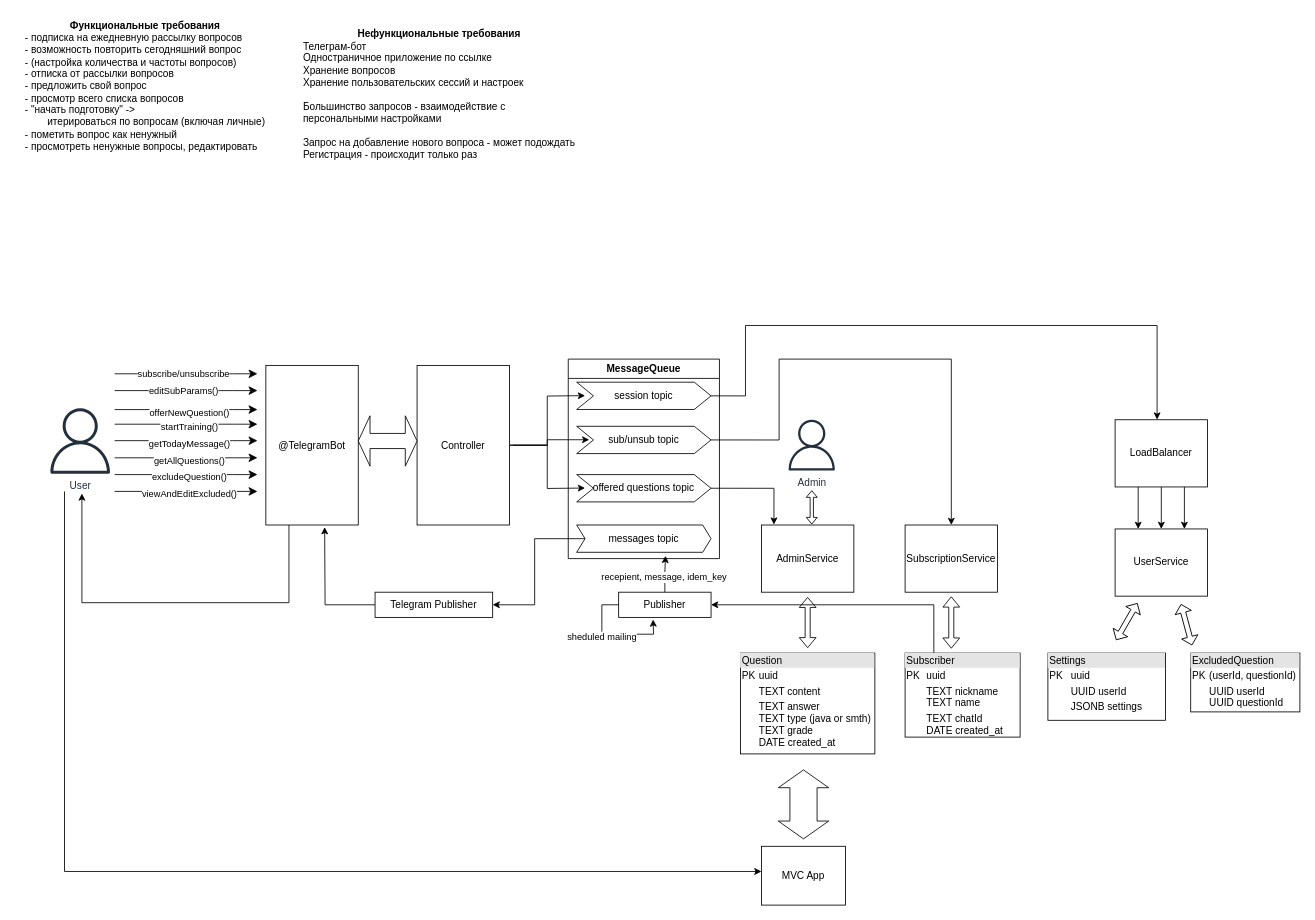
Before: SobesCracker.drawio in maksarts/test-project-files, a draw.io diagram. Source tidied: cells renumbered, new cells numbered last; positions are measured from the earlier drawing's top-left corner, leaving out a move shared by most shapes. Both pictures are drawn from the tidied source at 84%, with x=0, y=0 at pixel (14, 14).
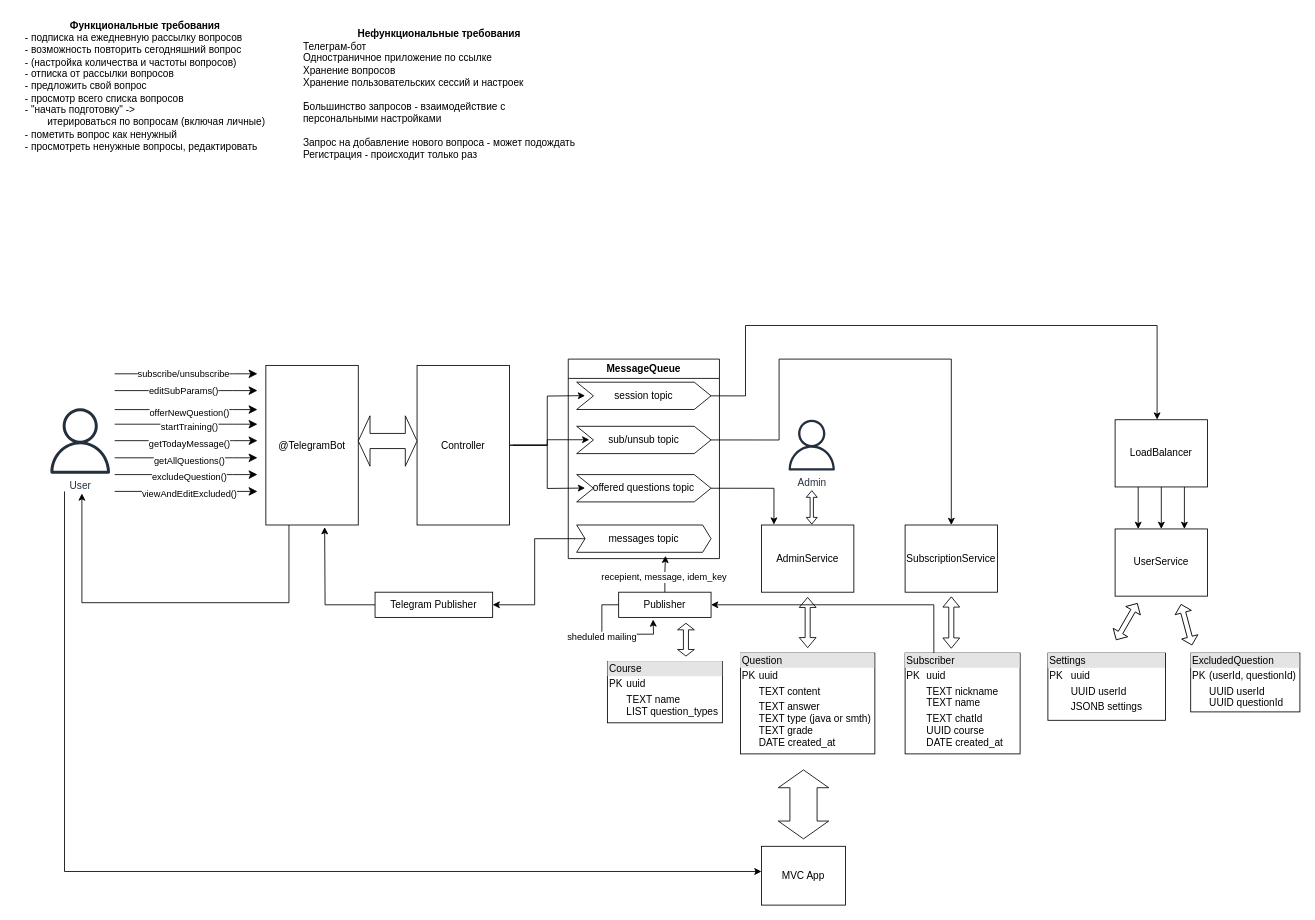
Above is the later version.

Change to the diagram source:
```diff
@@
-    <mxCell id="47" value="&lt;div style=&quot;box-sizing:border-box;width:100%;background:#e4e4e4;padding:2px;&quot;&gt;Subscriber&lt;/div&gt;&lt;table style=&quot;width:100%;font-size:1em;&quot; cellpadding=&quot;2&quot; cellspacing=&quot;0&quot;&gt;&lt;tbody&gt;&lt;tr&gt;&lt;td&gt;PK&lt;/td&gt;&lt;td&gt;uuid&lt;/td&gt;&lt;/tr&gt;&lt;tr&gt;&lt;td&gt;&lt;br&gt;&lt;/td&gt;&lt;td&gt;TEXT&amp;nbsp;nickname&lt;br&gt;TEXT&amp;nbsp;name&lt;/td&gt;&lt;/tr&gt;&lt;tr&gt;&lt;td&gt;&lt;/td&gt;&lt;td&gt;TEXT&amp;nbsp;chatId&lt;br&gt;DATE created_at&lt;/td&gt;&lt;/tr&gt;&lt;/tbody&gt;&lt;/table&gt;" style="verticalAlign=top;align=left;overflow=fill;html=1;whiteSpace=wrap;" parent="1" vertex="1">
-      <mxGeometry x="1060" y="760" width="136.9" height="100" as="geometry" />
+    <mxCell id="47" value="&lt;div style=&quot;box-sizing:border-box;width:100%;background:#e4e4e4;padding:2px;&quot;&gt;Subscriber&lt;/div&gt;&lt;table style=&quot;width:100%;font-size:1em;&quot; cellpadding=&quot;2&quot; cellspacing=&quot;0&quot;&gt;&lt;tbody&gt;&lt;tr&gt;&lt;td&gt;PK&lt;/td&gt;&lt;td&gt;uuid&lt;/td&gt;&lt;/tr&gt;&lt;tr&gt;&lt;td&gt;&lt;br&gt;&lt;/td&gt;&lt;td&gt;TEXT&amp;nbsp;nickname&lt;br&gt;TEXT&amp;nbsp;name&lt;/td&gt;&lt;/tr&gt;&lt;tr&gt;&lt;td&gt;&lt;/td&gt;&lt;td&gt;TEXT&amp;nbsp;chatId&lt;br&gt;UUID course&lt;br&gt;DATE created_at&lt;/td&gt;&lt;/tr&gt;&lt;/tbody&gt;&lt;/table&gt;" style="verticalAlign=top;align=left;overflow=fill;html=1;whiteSpace=wrap;" parent="1" vertex="1">
+      <mxGeometry x="1060" y="760" width="136.9" height="120" as="geometry" />
     </mxCell>
@@
+    <mxCell id="65" value="&lt;div style=&quot;box-sizing:border-box;width:100%;background:#e4e4e4;padding:2px;&quot;&gt;Course&lt;/div&gt;&lt;table style=&quot;width:100%;font-size:1em;&quot; cellpadding=&quot;2&quot; cellspacing=&quot;0&quot;&gt;&lt;tbody&gt;&lt;tr&gt;&lt;td&gt;PK&lt;/td&gt;&lt;td&gt;uuid&lt;/td&gt;&lt;/tr&gt;&lt;tr&gt;&lt;td&gt;&lt;br&gt;&lt;/td&gt;&lt;td&gt;TEXT&amp;nbsp;name&lt;br&gt;LIST question_types&lt;/td&gt;&lt;/tr&gt;&lt;/tbody&gt;&lt;/table&gt;" style="verticalAlign=top;align=left;overflow=fill;html=1;whiteSpace=wrap;" parent="1" vertex="1">
+      <mxGeometry x="705.6" y="770" width="136.9" height="73" as="geometry" />
+    </mxCell>
+    <mxCell id="66" style="shape=doubleArrow;whiteSpace=wrap;html=1;rotation=90;" parent="1" vertex="1">
+      <mxGeometry x="779.6" y="734" width="39" height="20" as="geometry" />
+    </mxCell>
```
